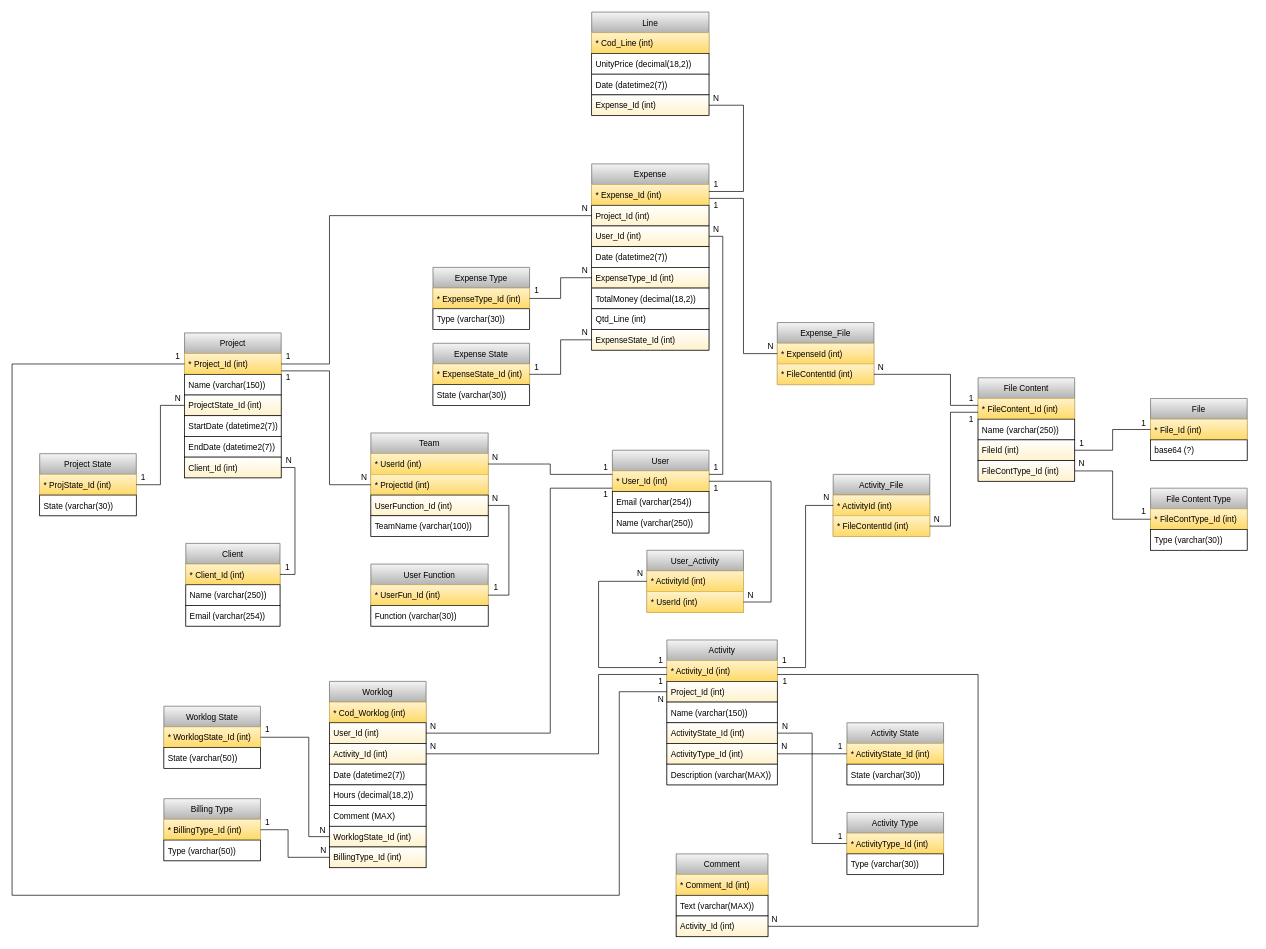
The draw.io diagram Relatório/Timesheet DB.drawio in rjcasaca/inete2022, before the edit. Source tidied: cells renumbered, new cells numbered last; positions are measured from the earlier drawing's top-left corner, leaving out a move shared by most shapes. Both pictures are drawn from the tidied source at 69%, with x=0, y=0 at pixel (12, 12).
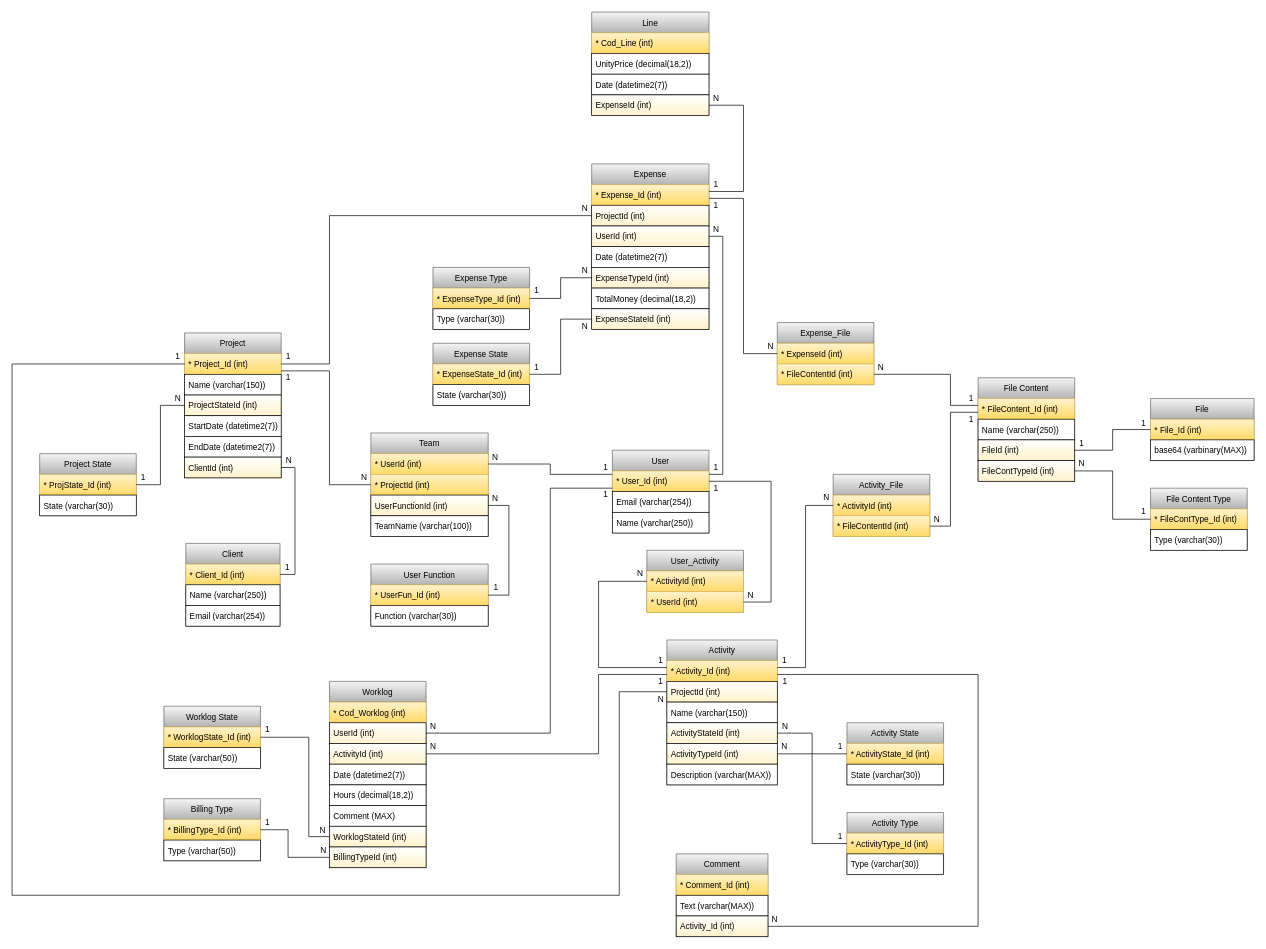
After the change.

The change refers to these unchanged cells:
```xml
<mxCell id="6" value="Team" style="swimlane;fontStyle=0;horizontal=1;startSize=30;fillColor=#f5f5f5;strokeColor=#666666;gradientColor=#b3b3b3;" parent="1" vertex="1">
  <mxGeometry x="520" y="610" width="170" height="150" as="geometry" />
</mxCell>
<mxCell id="11" value="Project" style="swimlane;fontStyle=0;horizontal=1;startSize=30;fillColor=#f5f5f5;strokeColor=#666666;gradientColor=#b3b3b3;" parent="1" vertex="1">
  <mxGeometry x="250" y="465" width="140" height="210" as="geometry" />
</mxCell>
<mxCell id="31" value="File Content" style="swimlane;fontStyle=0;horizontal=1;startSize=30;strokeColor=#666666;fillColor=#f5f5f5;gradientColor=#b3b3b3;" parent="1" vertex="1">
  <mxGeometry x="1400" y="530" width="140" height="150" as="geometry" />
</mxCell>
<mxCell id="57" value="Line" style="swimlane;fontStyle=0;horizontal=1;startSize=30;strokeColor=#666666;fillColor=#f5f5f5;gradientColor=#b3b3b3;" parent="1" vertex="1">
  <mxGeometry x="840" width="170" height="150" as="geometry" />
</mxCell>
<mxCell id="62" value="Activity" style="swimlane;fontStyle=0;horizontal=1;startSize=30;fillColor=#f5f5f5;strokeColor=#666666;gradientColor=#b3b3b3;" parent="1" vertex="1">
  <mxGeometry x="949" y="910" width="160" height="210" as="geometry" />
</mxCell>
<mxCell id="69" value="Worklog" style="swimlane;fontStyle=0;horizontal=1;startSize=30;fillColor=#f5f5f5;strokeColor=#666666;gradientColor=#b3b3b3;swimlaneFillColor=none;" parent="1" vertex="1">
  <mxGeometry x="460" y="970" width="140" height="270" as="geometry" />
</mxCell>
```

What changed in the source:
```diff
@@
-    <mxCell id="9" value="UserFunction_Id (int)" style="text;strokeColor=default;fillColor=default;align=left;verticalAlign=middle;spacingLeft=4;spacingRight=4;overflow=hidden;points=[[0,0.5],[1,0.5]];portConstraint=eastwest;gradientColor=#FFF2CC;" parent="6" vertex="1">
+    <mxCell id="9" value="UserFunctionId (int)" style="text;strokeColor=default;fillColor=default;align=left;verticalAlign=middle;spacingLeft=4;spacingRight=4;overflow=hidden;points=[[0,0.5],[1,0.5]];portConstraint=eastwest;gradientColor=#FFF2CC;" parent="6" vertex="1">
       <mxGeometry y="90" width="170" height="30" as="geometry" />
     </mxCell>
@@
-    <mxCell id="14" value="ProjectState_Id (int)" style="text;strokeColor=default;fillColor=default;align=left;verticalAlign=middle;spacingLeft=4;spacingRight=4;overflow=hidden;points=[[0,0.5],[1,0.5]];portConstraint=eastwest;gradientColor=#FFF2CC;" parent="11" vertex="1">
+    <mxCell id="14" value="ProjectStateId (int)" style="text;strokeColor=default;fillColor=default;align=left;verticalAlign=middle;spacingLeft=4;spacingRight=4;overflow=hidden;points=[[0,0.5],[1,0.5]];portConstraint=eastwest;gradientColor=#FFF2CC;" parent="11" vertex="1">
       <mxGeometry y="90" width="140" height="30" as="geometry" />
     </mxCell>
@@
-    <mxCell id="17" value="Client_Id (int)" style="text;strokeColor=default;fillColor=default;align=left;verticalAlign=middle;spacingLeft=4;spacingRight=4;overflow=hidden;points=[[0,0.5],[1,0.5]];portConstraint=eastwest;gradientColor=#FFF2CC;" parent="11" vertex="1">
+    <mxCell id="17" value="ClientId (int)" style="text;strokeColor=default;fillColor=default;align=left;verticalAlign=middle;spacingLeft=4;spacingRight=4;overflow=hidden;points=[[0,0.5],[1,0.5]];portConstraint=eastwest;gradientColor=#FFF2CC;" parent="11" vertex="1">
       <mxGeometry y="180" width="140" height="30" as="geometry" />
     </mxCell>
@@
-    <mxCell id="35" value="FileContType_Id (int)" style="text;strokeColor=default;fillColor=default;align=left;verticalAlign=middle;spacingLeft=4;spacingRight=4;overflow=hidden;points=[[0,0.5],[1,0.5]];portConstraint=eastwest;gradientColor=#FFF2CC;" parent="31" vertex="1">
+    <mxCell id="35" value="FileContTypeId (int)" style="text;strokeColor=default;fillColor=default;align=left;verticalAlign=middle;spacingLeft=4;spacingRight=4;overflow=hidden;points=[[0,0.5],[1,0.5]];portConstraint=eastwest;gradientColor=#FFF2CC;" parent="31" vertex="1">
       <mxGeometry y="120" width="140" height="30" as="geometry" />
     </mxCell>
     <mxCell id="36" value="File" style="swimlane;fontStyle=0;horizontal=1;startSize=30;strokeColor=#666666;fillColor=#f5f5f5;gradientColor=#b3b3b3;" parent="1" vertex="1">
-      <mxGeometry x="1650" y="560" width="140" height="90" as="geometry" />
+      <mxGeometry x="1650" y="560" width="150" height="90" as="geometry" />
     </mxCell>
     <mxCell id="37" value="* File_Id (int)" style="text;strokeColor=#d6b656;fillColor=#fff2cc;align=left;verticalAlign=middle;spacingLeft=4;spacingRight=4;overflow=hidden;points=[[0,0.5],[1,0.5]];portConstraint=eastwest;gradientColor=#ffd966;" parent="36" vertex="1">
-      <mxGeometry y="30" width="140" height="30" as="geometry" />
+      <mxGeometry y="30" width="150" height="30" as="geometry" />
     </mxCell>
-    <mxCell id="38" value="base64 (?)" style="text;strokeColor=default;fillColor=default;align=left;verticalAlign=middle;spacingLeft=4;spacingRight=4;overflow=hidden;" parent="36" vertex="1">
-      <mxGeometry y="60" width="140" height="30" as="geometry" />
+    <mxCell id="38" value="base64 (varbinary(MAX))" style="text;strokeColor=default;fillColor=default;align=left;verticalAlign=middle;spacingLeft=4;spacingRight=4;overflow=hidden;" parent="36" vertex="1">
+      <mxGeometry y="60" width="150" height="30" as="geometry" />
     </mxCell>
     <mxCell id="39" value="Expense" style="swimlane;fontStyle=0;horizontal=1;startSize=30;strokeColor=#666666;fillColor=#f5f5f5;gradientColor=#b3b3b3;" parent="1" vertex="1">
-      <mxGeometry x="840" y="220" width="170" height="270" as="geometry" />
+      <mxGeometry x="840" y="220" width="170" height="240" as="geometry" />
     </mxCell>
@@
-    <mxCell id="41" value="Project_Id (int)" style="text;strokeColor=default;fillColor=default;align=left;verticalAlign=middle;spacingLeft=4;spacingRight=4;overflow=hidden;points=[[0,0.5],[1,0.5]];portConstraint=eastwest;gradientColor=#FFF2CC;" parent="39" vertex="1">
+    <mxCell id="41" value="ProjectId (int)" style="text;strokeColor=default;fillColor=default;align=left;verticalAlign=middle;spacingLeft=4;spacingRight=4;overflow=hidden;points=[[0,0.5],[1,0.5]];portConstraint=eastwest;gradientColor=#FFF2CC;" parent="39" vertex="1">
       <mxGeometry y="60" width="170" height="30" as="geometry" />
     </mxCell>
-    <mxCell id="42" value="User_Id (int)" style="text;strokeColor=default;fillColor=default;align=left;verticalAlign=middle;spacingLeft=4;spacingRight=4;overflow=hidden;points=[[0,0.5],[1,0.5]];portConstraint=eastwest;gradientColor=#FFF2CC;" parent="39" vertex="1">
+    <mxCell id="42" value="UserId (int)" style="text;strokeColor=default;fillColor=default;align=left;verticalAlign=middle;spacingLeft=4;spacingRight=4;overflow=hidden;points=[[0,0.5],[1,0.5]];portConstraint=eastwest;gradientColor=#FFF2CC;" parent="39" vertex="1">
       <mxGeometry y="90" width="170" height="30" as="geometry" />
     </mxCell>
@@
-    <mxCell id="44" value="ExpenseType_Id (int)" style="text;strokeColor=default;fillColor=default;align=left;verticalAlign=middle;spacingLeft=4;spacingRight=4;overflow=hidden;points=[[0,0.5],[1,0.5]];portConstraint=eastwest;gradientColor=#FFF2CC;" parent="39" vertex="1">
+    <mxCell id="44" value="ExpenseTypeId (int)" style="text;strokeColor=default;fillColor=default;align=left;verticalAlign=middle;spacingLeft=4;spacingRight=4;overflow=hidden;points=[[0,0.5],[1,0.5]];portConstraint=eastwest;gradientColor=#FFF2CC;" parent="39" vertex="1">
       <mxGeometry y="150" width="170" height="30" as="geometry" />
     </mxCell>
@@
-    <mxCell id="46" value="Qtd_Line (int)" style="text;strokeColor=default;fillColor=default;align=left;verticalAlign=middle;spacingLeft=4;spacingRight=4;overflow=hidden;" parent="39" vertex="1">
-      <mxGeometry y="210" width="170" height="30" as="geometry" />
-    </mxCell>
-    <mxCell id="47" value="ExpenseState_Id (int)" style="text;strokeColor=default;fillColor=default;align=left;verticalAlign=middle;spacingLeft=4;spacingRight=4;overflow=hidden;points=[[0,0.5],[1,0.5]];portConstraint=eastwest;gradientColor=#FFF2CC;" parent="39" vertex="1">
-      <mxGeometry y="240" width="170" height="30" as="geometry" />
+    <mxCell id="47" value="ExpenseStateId (int)" style="text;strokeColor=default;fillColor=default;align=left;verticalAlign=middle;spacingLeft=4;spacingRight=4;overflow=hidden;points=[[0,0.5],[1,0.5]];portConstraint=eastwest;gradientColor=#FFF2CC;" parent="39" vertex="1">
+      <mxGeometry y="210" width="170" height="30" as="geometry" />
     </mxCell>
@@
-    <mxCell id="61" value="Expense_Id (int)" style="text;align=left;verticalAlign=middle;spacingLeft=4;spacingRight=4;overflow=hidden;points=[[0,0.5],[1,0.5]];portConstraint=eastwest;strokeColor=default;fillColor=default;gradientColor=#FFF2CC;" parent="57" vertex="1">
+    <mxCell id="61" value="ExpenseId (int)" style="text;align=left;verticalAlign=middle;spacingLeft=4;spacingRight=4;overflow=hidden;points=[[0,0.5],[1,0.5]];portConstraint=eastwest;strokeColor=default;fillColor=default;gradientColor=#FFF2CC;" parent="57" vertex="1">
       <mxGeometry y="120" width="170" height="30" as="geometry" />
     </mxCell>
@@
-    <mxCell id="64" value="Project_Id (int)" style="text;strokeColor=default;fillColor=default;align=left;verticalAlign=middle;spacingLeft=4;spacingRight=4;overflow=hidden;points=[[0,0.5],[1,0.5]];portConstraint=eastwest;gradientColor=#FFF2CC;" parent="62" vertex="1">
+    <mxCell id="64" value="ProjectId (int)" style="text;strokeColor=default;fillColor=default;align=left;verticalAlign=middle;spacingLeft=4;spacingRight=4;overflow=hidden;points=[[0,0.5],[1,0.5]];portConstraint=eastwest;gradientColor=#FFF2CC;" parent="62" vertex="1">
       <mxGeometry y="60" width="160" height="30" as="geometry" />
     </mxCell>
@@
-    <mxCell id="66" value="ActivityState_Id (int)" style="text;strokeColor=default;fillColor=default;align=left;verticalAlign=middle;spacingLeft=4;spacingRight=4;overflow=hidden;points=[[0,0.5],[1,0.5]];portConstraint=eastwest;gradientColor=#FFF2CC;" parent="62" vertex="1">
+    <mxCell id="66" value="ActivityStateId (int)" style="text;strokeColor=default;fillColor=default;align=left;verticalAlign=middle;spacingLeft=4;spacingRight=4;overflow=hidden;points=[[0,0.5],[1,0.5]];portConstraint=eastwest;gradientColor=#FFF2CC;" parent="62" vertex="1">
       <mxGeometry y="120" width="160" height="30" as="geometry" />
     </mxCell>
-    <mxCell id="67" value="ActivityType_Id (int)" style="text;strokeColor=default;fillColor=default;align=left;verticalAlign=middle;spacingLeft=4;spacingRight=4;overflow=hidden;points=[[0,0.5],[1,0.5]];portConstraint=eastwest;gradientColor=#FFF2CC;" parent="62" vertex="1">
+    <mxCell id="67" value="ActivityTypeId (int)" style="text;strokeColor=default;fillColor=default;align=left;verticalAlign=middle;spacingLeft=4;spacingRight=4;overflow=hidden;points=[[0,0.5],[1,0.5]];portConstraint=eastwest;gradientColor=#FFF2CC;" parent="62" vertex="1">
       <mxGeometry y="150" width="160" height="30" as="geometry" />
     </mxCell>
@@
-    <mxCell id="71" value="User_Id (int)" style="text;align=left;verticalAlign=middle;spacingLeft=4;spacingRight=4;overflow=hidden;points=[[0,0.5],[1,0.5]];portConstraint=eastwest;fillColor=default;strokeColor=default;gradientColor=#FFF2CC;" parent="69" vertex="1">
+    <mxCell id="71" value="UserId (int)" style="text;align=left;verticalAlign=middle;spacingLeft=4;spacingRight=4;overflow=hidden;points=[[0,0.5],[1,0.5]];portConstraint=eastwest;fillColor=default;strokeColor=default;gradientColor=#FFF2CC;" parent="69" vertex="1">
       <mxGeometry y="60" width="140" height="30" as="geometry" />
     </mxCell>
-    <mxCell id="72" value="Activity_Id (int)" style="text;align=left;verticalAlign=middle;spacingLeft=4;spacingRight=4;overflow=hidden;points=[[0,0.5],[1,0.5]];portConstraint=eastwest;fillColor=default;strokeColor=default;gradientColor=#FFF2CC;" parent="69" vertex="1">
+    <mxCell id="72" value="ActivityId (int)" style="text;align=left;verticalAlign=middle;spacingLeft=4;spacingRight=4;overflow=hidden;points=[[0,0.5],[1,0.5]];portConstraint=eastwest;fillColor=default;strokeColor=default;gradientColor=#FFF2CC;" parent="69" vertex="1">
       <mxGeometry y="90" width="140" height="30" as="geometry" />
     </mxCell>
@@
-    <mxCell id="76" value="WorklogState_Id (int)" style="text;strokeColor=default;fillColor=default;align=left;verticalAlign=middle;spacingLeft=4;spacingRight=4;overflow=hidden;points=[[0,0.5],[1,0.5]];portConstraint=eastwest;gradientColor=#FFF2CC;" parent="69" vertex="1">
+    <mxCell id="76" value="WorklogStateId (int)" style="text;strokeColor=default;fillColor=default;align=left;verticalAlign=middle;spacingLeft=4;spacingRight=4;overflow=hidden;points=[[0,0.5],[1,0.5]];portConstraint=eastwest;gradientColor=#FFF2CC;" parent="69" vertex="1">
       <mxGeometry y="210" width="140" height="30" as="geometry" />
     </mxCell>
-    <mxCell id="77" value="BillingType_Id (int)" style="text;strokeColor=default;fillColor=default;align=left;verticalAlign=middle;spacingLeft=4;spacingRight=4;overflow=hidden;points=[[0,0.5],[1,0.5]];portConstraint=eastwest;gradientColor=#FFF2CC;" parent="69" vertex="1">
+    <mxCell id="77" value="BillingTypeId (int)" style="text;strokeColor=default;fillColor=default;align=left;verticalAlign=middle;spacingLeft=4;spacingRight=4;overflow=hidden;points=[[0,0.5],[1,0.5]];portConstraint=eastwest;gradientColor=#FFF2CC;" parent="69" vertex="1">
       <mxGeometry y="240" width="140" height="30" as="geometry" />
     </mxCell>
@@
     <mxCell id="168" value="N" style="text;html=1;align=center;verticalAlign=middle;strokeColor=none;fillColor=none;" parent="1" vertex="1">
-      <mxGeometry x="820" y="455" width="20" height="20" as="geometry" />
+      <mxGeometry x="820" y="446" width="20" height="20" as="geometry" />
     </mxCell>
```
